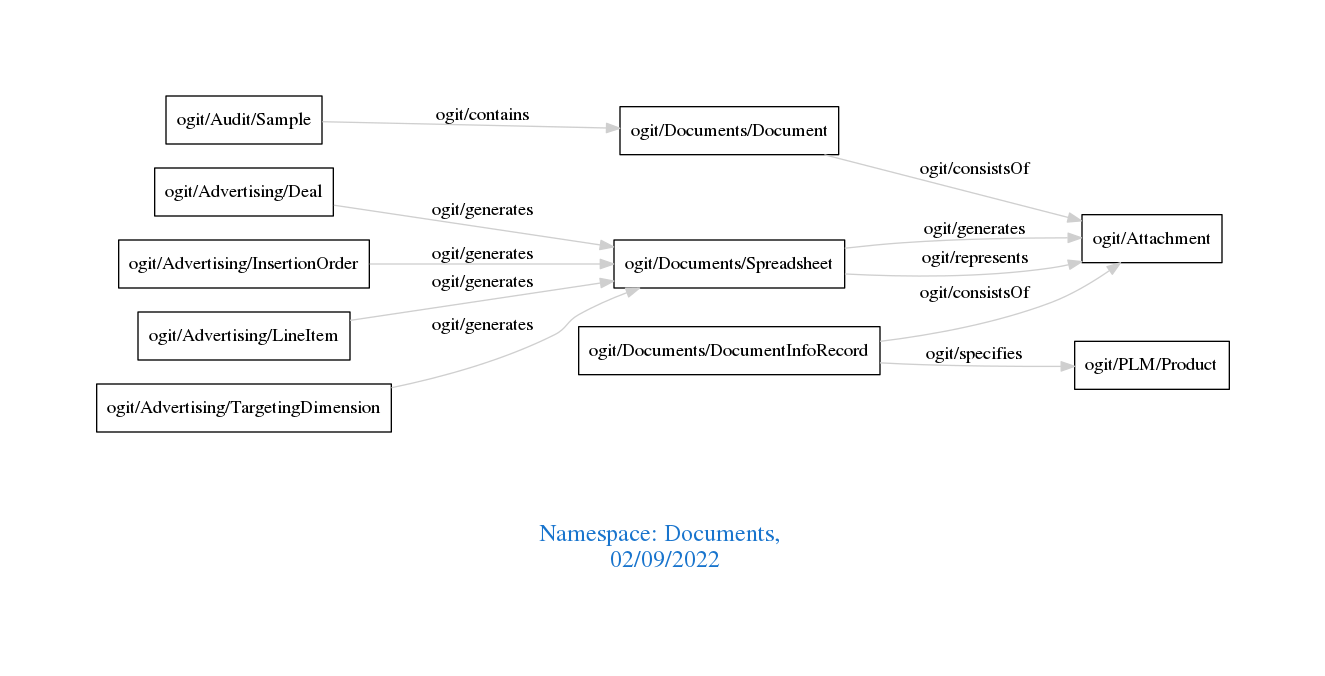
Before: downloads/Documents.png, a diagram exported from Graphviz (arago/OGIT). Its source is kept beside it as downloads/Documents.dot.
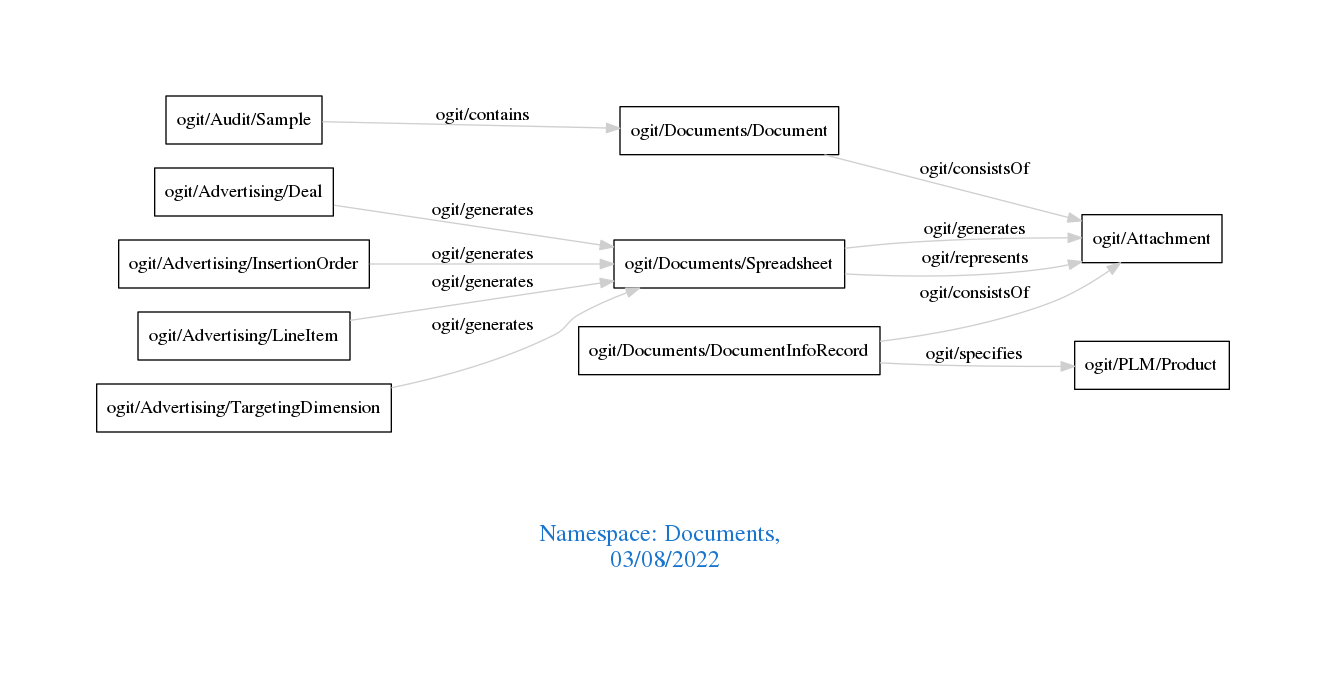
Above is the later version.

What changed in the source:
```diff
@@ -1,7 +1,7 @@
 digraph OGIT_ontology {
  graph [ rankdir= LR,pad=1
 fontsize = 18,
-fontcolor= dodgerblue3,label = "\n\n\nNamespace: Documents, \n 02/09/2022"];
+fontcolor= dodgerblue3,label = "\n\n\nNamespace: Documents, \n 03/08/2022"];
 node[shape=polygon];
 edge [  color="gray81"];
 
```
